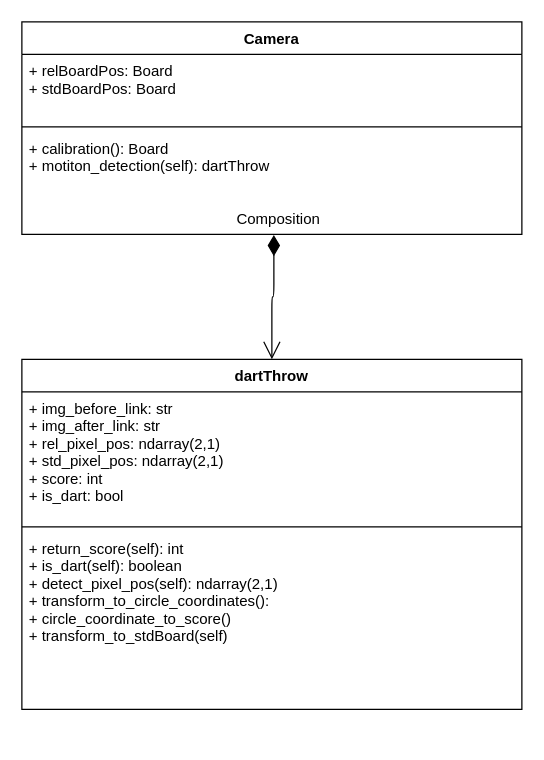
Before: page "Class diagram UML" (2 of 2) of dart_project.drawio in j0j0i996/dart-vader-detection, a draw.io diagram. Source tidied: cells renumbered, new cells numbered last; positions are measured from the earlier drawing's top-left corner, leaving out a move shared by most shapes. Both pictures are drawn from the tidied source at 125%, with x=0, y=0 at pixel (21, 21).
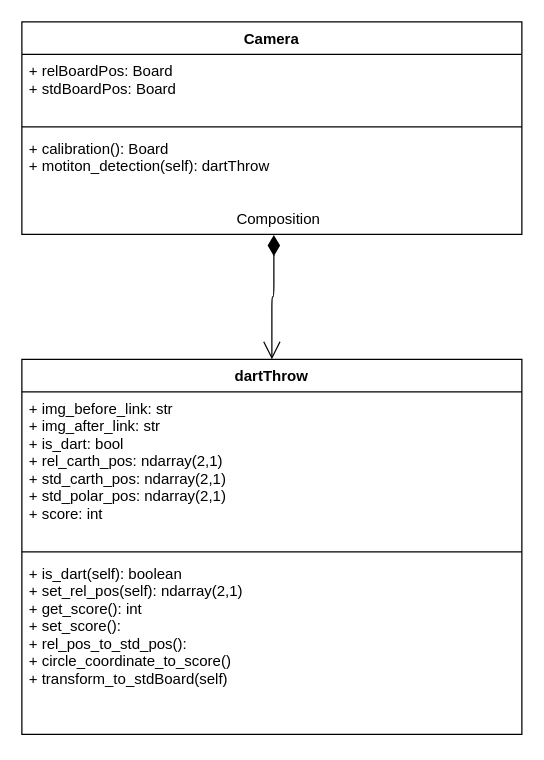
After the change.

Change to the diagram source:
```diff
@@
 <mxGraphModel>
   <root>
     <mxCell id="0" />
     <mxCell id="1" parent="0" />
     <mxCell id="2" value="Camera" style="swimlane;fontStyle=1;align=center;verticalAlign=top;horizontal=1;startSize=26;" parent="1" vertex="1">
       <mxGeometry width="400" height="170" as="geometry" />
     </mxCell>
     <mxCell id="3" value="+ relBoardPos: Board&#10;+ stdBoardPos: Board" style="text;strokeColor=none;fillColor=none;align=left;verticalAlign=top;spacingLeft=4;spacingRight=4;overflow=hidden;" parent="2" vertex="1">
       <mxGeometry y="26" width="400" height="54" as="geometry" />
     </mxCell>
     <mxCell id="4" style="line;strokeWidth=1;fillColor=none;align=left;verticalAlign=middle;spacingTop=-1;spacingLeft=3;spacingRight=3;labelPosition=right;" parent="2" vertex="1">
       <mxGeometry y="80" width="400" height="8" as="geometry" />
     </mxCell>
     <mxCell id="5" value="+ calibration(): Board&#10;+ motiton_detection(self): dartThrow" style="text;strokeColor=none;fillColor=none;align=left;verticalAlign=top;spacingLeft=4;spacingRight=4;overflow=hidden;points=[[0,0.5],[1,0.5]];portConstraint=eastwest;" parent="2" vertex="1">
       <mxGeometry y="88" width="400" height="82" as="geometry" />
     </mxCell>
     <mxCell id="6" value="dartThrow" style="swimlane;fontStyle=1;align=center;verticalAlign=top;horizontal=1;startSize=26;" parent="1" vertex="1">
-      <mxGeometry y="270" width="400" height="280" as="geometry" />
+      <mxGeometry y="270" width="400" height="300" as="geometry" />
     </mxCell>
-    <mxCell id="7" value="+ img_before_link: str&#10;+ img_after_link: str&#10;+ rel_pixel_pos: ndarray(2,1)&#10;+ std_pixel_pos: ndarray(2,1)&#10;+ score: int&#10;+ is_dart: bool" style="text;strokeColor=none;fillColor=none;align=left;verticalAlign=top;spacingLeft=4;spacingRight=4;overflow=hidden;" parent="6" vertex="1">
-      <mxGeometry y="26" width="400" height="104" as="geometry" />
+    <mxCell id="7" value="+ img_before_link: str&#10;+ img_after_link: str&#10;+ is_dart: bool&#10;+ rel_carth_pos: ndarray(2,1)&#10;+ std_carth_pos: ndarray(2,1)&#10;+ std_polar_pos: ndarray(2,1)&#10;+ score: int" style="text;strokeColor=none;fillColor=none;align=left;verticalAlign=top;spacingLeft=4;spacingRight=4;overflow=hidden;" parent="6" vertex="1">
+      <mxGeometry y="26" width="400" height="124" as="geometry" />
     </mxCell>
     <mxCell id="8" style="line;strokeWidth=1;fillColor=none;align=left;verticalAlign=middle;spacingTop=-1;spacingLeft=3;spacingRight=3;labelPosition=right;" parent="6" vertex="1">
-      <mxGeometry y="130" width="400" height="8" as="geometry" />
+      <mxGeometry y="150" width="400" height="8" as="geometry" />
     </mxCell>
-    <mxCell id="9" value="+ return_score(self): int&#10;+ is_dart(self): boolean&#10;+ detect_pixel_pos(self): ndarray(2,1)&#10;+ transform_to_circle_coordinates(): &#10;+ circle_coordinate_to_score()&#10;+ transform_to_stdBoard(self)" style="text;strokeColor=none;fillColor=none;align=left;verticalAlign=top;spacingLeft=4;spacingRight=4;overflow=hidden;" parent="6" vertex="1">
-      <mxGeometry y="138" width="400" height="142" as="geometry" />
+    <mxCell id="9" value="+ is_dart(self): boolean&#10;+ set_rel_pos(self): ndarray(2,1)&#10;+ get_score(): int&#10;+ set_score():&#10;+ rel_pos_to_std_pos(): &#10;+ circle_coordinate_to_score()&#10;+ transform_to_stdBoard(self)" style="text;strokeColor=none;fillColor=none;align=left;verticalAlign=top;spacingLeft=4;spacingRight=4;overflow=hidden;" parent="6" vertex="1">
+      <mxGeometry y="158" width="400" height="142" as="geometry" />
     </mxCell>
     <mxCell id="10" value="&lt;font style=&quot;font-size: 12px ; line-height: 100%&quot;&gt;Composition&lt;/font&gt;" style="endArrow=open;html=1;endSize=12;startArrow=diamondThin;startSize=14;startFill=1;edgeStyle=orthogonalEdgeStyle;align=center;verticalAlign=bottom;fontSize=25;exitX=0.504;exitY=1.006;exitDx=0;exitDy=0;exitPerimeter=0;entryX=0.5;entryY=0;entryDx=0;entryDy=0;" parent="1" edge="1" source="5" target="6">
       <mxGeometry x="-1" y="3" relative="1" as="geometry" />
     </mxCell>
   </root>
 </mxGraphModel>
```
